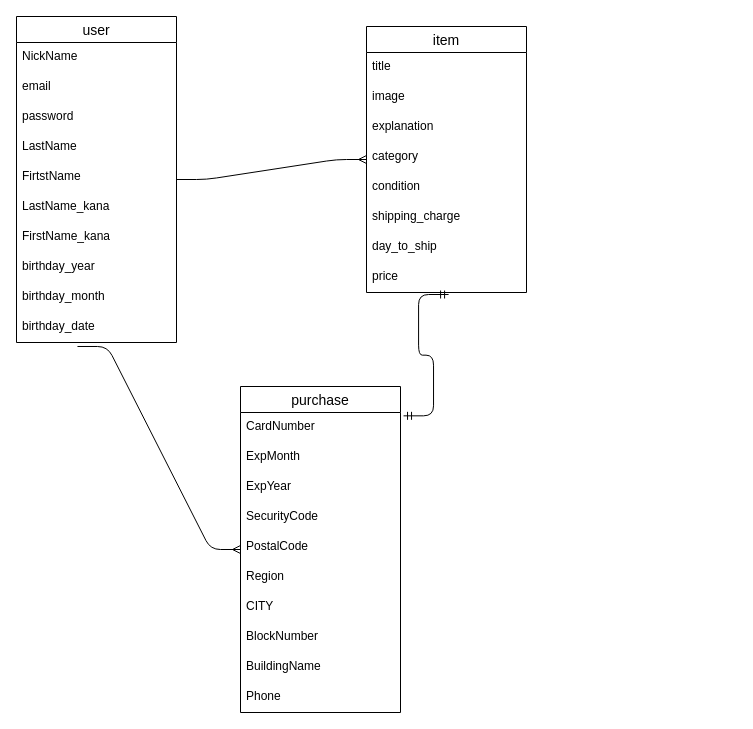
The draw.io diagram page "Page-1" (1 of 2) of ER.dio in ksuzuki1205/furima-31926, before the edit. Source tidied: cells renumbered, new cells numbered last; positions are measured from the earlier drawing's top-left corner, leaving out a move shared by most shapes. Both pictures are drawn from the tidied source at 100%, with x=0, y=0 at pixel (16, 16).
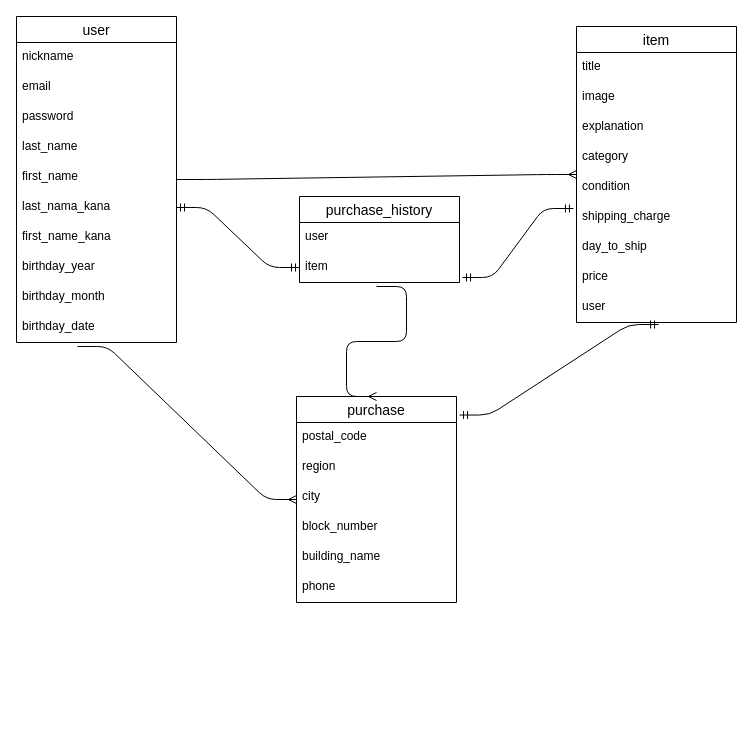
Above is the later version.

The change refers to these unchanged cells:
```xml
<mxCell id="2" value="user" style="swimlane;fontStyle=0;horizontal=1;startSize=26;align=center;fontSize=14;swimlaneFillColor=none;labelBorderColor=none;" parent="1" vertex="1">
  <mxGeometry width="160" height="326" as="geometry" />
</mxCell>
<mxCell id="19" value="shipping_charge" style="text;strokeColor=none;fillColor=none;spacingLeft=4;spacingRight=4;overflow=hidden;points=[[0,0.5],[1,0.5]];portConstraint=eastwest;fontSize=12;" parent="13" vertex="1">
  <mxGeometry y="176" width="160" height="30" as="geometry" />
</mxCell>
```

What changed in the source:
```diff
@@
-    <mxCell id="3" value="NickName" style="text;strokeColor=none;fillColor=none;spacingLeft=4;spacingRight=4;overflow=hidden;fontSize=12;" parent="2" vertex="1">
+    <mxCell id="3" value="nickname" style="text;strokeColor=none;fillColor=none;spacingLeft=4;spacingRight=4;overflow=hidden;fontSize=12;" parent="2" vertex="1">
       <mxGeometry y="26" width="160" height="30" as="geometry" />
     </mxCell>
@@
-    <mxCell id="6" value="LastName" style="text;strokeColor=none;fillColor=none;spacingLeft=4;spacingRight=4;overflow=hidden;fontSize=12;" parent="2" vertex="1">
+    <mxCell id="6" value="last_name" style="text;strokeColor=none;fillColor=none;spacingLeft=4;spacingRight=4;overflow=hidden;fontSize=12;" parent="2" vertex="1">
       <mxGeometry y="116" width="160" height="30" as="geometry" />
     </mxCell>
-    <mxCell id="7" value="FirtstName" style="text;strokeColor=none;fillColor=none;spacingLeft=4;spacingRight=4;overflow=hidden;fontSize=12;" parent="2" vertex="1">
+    <mxCell id="7" value="first_name" style="text;strokeColor=none;fillColor=none;spacingLeft=4;spacingRight=4;overflow=hidden;fontSize=12;" parent="2" vertex="1">
       <mxGeometry y="146" width="160" height="30" as="geometry" />
     </mxCell>
-    <mxCell id="8" value="LastName_kana" style="text;strokeColor=none;fillColor=none;spacingLeft=4;spacingRight=4;overflow=hidden;points=[[0,0.5],[1,0.5]];portConstraint=eastwest;fontSize=12;" parent="2" vertex="1">
+    <mxCell id="8" value="last_nama_kana" style="text;strokeColor=none;fillColor=none;spacingLeft=4;spacingRight=4;overflow=hidden;points=[[0,0.5],[1,0.5]];portConstraint=eastwest;fontSize=12;" parent="2" vertex="1">
       <mxGeometry y="176" width="160" height="30" as="geometry" />
     </mxCell>
-    <mxCell id="9" value="FirstName_kana" style="text;strokeColor=none;fillColor=none;spacingLeft=4;spacingRight=4;overflow=hidden;fontSize=12;" parent="2" vertex="1">
+    <mxCell id="9" value="first_name_kana" style="text;strokeColor=none;fillColor=none;spacingLeft=4;spacingRight=4;overflow=hidden;fontSize=12;" parent="2" vertex="1">
       <mxGeometry y="206" width="160" height="30" as="geometry" />
     </mxCell>
@@
     <mxCell id="13" value="item" style="swimlane;fontStyle=0;horizontal=1;startSize=26;align=center;fontSize=14;swimlaneFillColor=none;labelBorderColor=none;" parent="1" vertex="1">
-      <mxGeometry x="350" y="10" width="160" height="266" as="geometry" />
+      <mxGeometry x="560" y="10" width="160" height="296" as="geometry" />
     </mxCell>
@@
+    <mxCell id="36" value="price" style="text;strokeColor=none;fillColor=none;spacingLeft=4;spacingRight=4;overflow=hidden;fontSize=12;" parent="13" vertex="1">
+      <mxGeometry y="236" width="160" height="30" as="geometry" />
+    </mxCell>
-    <mxCell id="21" value="price" style="text;strokeColor=none;fillColor=none;spacingLeft=4;spacingRight=4;overflow=hidden;points=[[0,0.5],[1,0.5]];portConstraint=eastwest;fontSize=12;" parent="13" vertex="1">
-      <mxGeometry y="236" width="160" height="30" as="geometry" />
+    <mxCell id="21" value="user" style="text;strokeColor=none;fillColor=none;spacingLeft=4;spacingRight=4;overflow=hidden;points=[[0,0.5],[1,0.5]];portConstraint=eastwest;fontSize=12;" parent="13" vertex="1">
+      <mxGeometry y="266" width="160" height="30" as="geometry" />
     </mxCell>
@@
     <mxCell id="23" value="purchase" style="swimlane;fontStyle=0;horizontal=1;startSize=26;align=center;fontSize=14;swimlaneFillColor=none;labelBorderColor=none;" parent="1" vertex="1">
-      <mxGeometry x="224" y="370" width="160" height="326" as="geometry" />
+      <mxGeometry x="280" y="380" width="160" height="206" as="geometry" />
     </mxCell>
-    <mxCell id="24" value="CardNumber" style="text;strokeColor=none;fillColor=none;spacingLeft=4;spacingRight=4;overflow=hidden;fontSize=12;" parent="23" vertex="1">
-      <mxGeometry y="26" width="160" height="30" as="geometry" />
-    </mxCell>
-    <mxCell id="25" value="ExpMonth" style="text;strokeColor=none;fillColor=none;spacingLeft=4;spacingRight=4;overflow=hidden;fontSize=12;" parent="23" vertex="1">
-      <mxGeometry y="56" width="160" height="30" as="geometry" />
-    </mxCell>
-    <mxCell id="26" value="ExpYear" style="text;strokeColor=none;fillColor=none;spacingLeft=4;spacingRight=4;overflow=hidden;fontSize=12;" parent="23" vertex="1">
-      <mxGeometry y="86" width="160" height="30" as="geometry" />
-    </mxCell>
-    <mxCell id="27" value="SecurityCode" style="text;strokeColor=none;fillColor=none;spacingLeft=4;spacingRight=4;overflow=hidden;fontSize=12;" parent="23" vertex="1">
-      <mxGeometry y="116" width="160" height="30" as="geometry" />
-    </mxCell>
-    <mxCell id="28" value="PostalCode" style="text;strokeColor=none;fillColor=none;spacingLeft=4;spacingRight=4;overflow=hidden;fontSize=12;" parent="23" vertex="1">
-      <mxGeometry y="146" width="160" height="30" as="geometry" />
+    <mxCell id="28" value="postal_code" style="text;strokeColor=none;fillColor=none;spacingLeft=4;spacingRight=4;overflow=hidden;fontSize=12;" parent="23" vertex="1">
+      <mxGeometry y="26" width="160" height="30" as="geometry" />
     </mxCell>
-    <mxCell id="29" value="Region" style="text;strokeColor=none;fillColor=none;spacingLeft=4;spacingRight=4;overflow=hidden;fontSize=12;" parent="23" vertex="1">
-      <mxGeometry y="176" width="160" height="30" as="geometry" />
+    <mxCell id="29" value="region" style="text;strokeColor=none;fillColor=none;spacingLeft=4;spacingRight=4;overflow=hidden;fontSize=12;" parent="23" vertex="1">
+      <mxGeometry y="56" width="160" height="30" as="geometry" />
     </mxCell>
-    <mxCell id="30" value="CITY" style="text;strokeColor=none;fillColor=none;spacingLeft=4;spacingRight=4;overflow=hidden;fontSize=12;" parent="23" vertex="1">
-      <mxGeometry y="206" width="160" height="30" as="geometry" />
+    <mxCell id="30" value="city" style="text;strokeColor=none;fillColor=none;spacingLeft=4;spacingRight=4;overflow=hidden;fontSize=12;" parent="23" vertex="1">
+      <mxGeometry y="86" width="160" height="30" as="geometry" />
     </mxCell>
-    <mxCell id="31" value="BlockNumber" style="text;strokeColor=none;fillColor=none;spacingLeft=4;spacingRight=4;overflow=hidden;fontSize=12;" parent="23" vertex="1">
-      <mxGeometry y="236" width="160" height="30" as="geometry" />
+    <mxCell id="31" value="block_number" style="text;strokeColor=none;fillColor=none;spacingLeft=4;spacingRight=4;overflow=hidden;fontSize=12;" parent="23" vertex="1">
+      <mxGeometry y="116" width="160" height="30" as="geometry" />
     </mxCell>
-    <mxCell id="32" value="BuildingName" style="text;strokeColor=none;fillColor=none;spacingLeft=4;spacingRight=4;overflow=hidden;fontSize=12;" parent="23" vertex="1">
-      <mxGeometry y="266" width="160" height="30" as="geometry" />
+    <mxCell id="32" value="building_name" style="text;strokeColor=none;fillColor=none;spacingLeft=4;spacingRight=4;overflow=hidden;fontSize=12;" parent="23" vertex="1">
+      <mxGeometry y="146" width="160" height="30" as="geometry" />
     </mxCell>
-    <mxCell id="33" value="Phone" style="text;strokeColor=none;fillColor=none;spacingLeft=4;spacingRight=4;overflow=hidden;fontSize=12;" parent="23" vertex="1">
-      <mxGeometry y="296" width="160" height="30" as="geometry" />
+    <mxCell id="33" value="phone" style="text;strokeColor=none;fillColor=none;spacingLeft=4;spacingRight=4;overflow=hidden;fontSize=12;" parent="23" vertex="1">
+      <mxGeometry y="176" width="160" height="30" as="geometry" />
     </mxCell>
@@
+    <mxCell id="37" value="purchase_history" style="swimlane;fontStyle=0;horizontal=1;startSize=26;align=center;fontSize=14;swimlaneFillColor=none;labelBorderColor=none;" parent="1" vertex="1">
+      <mxGeometry x="283" y="180" width="160" height="86" as="geometry" />
+    </mxCell>
+    <mxCell id="38" value="user" style="text;strokeColor=none;fillColor=none;spacingLeft=4;spacingRight=4;overflow=hidden;fontSize=12;" parent="37" vertex="1">
+      <mxGeometry y="26" width="160" height="30" as="geometry" />
+    </mxCell>
+    <mxCell id="39" value="item" style="text;strokeColor=none;fillColor=none;spacingLeft=4;spacingRight=4;overflow=hidden;points=[[0,0.5],[1,0.5]];portConstraint=eastwest;fontSize=12;" parent="37" vertex="1">
+      <mxGeometry y="56" width="160" height="30" as="geometry" />
+    </mxCell>
+    <mxCell id="40" style="edgeStyle=entityRelationEdgeStyle;fontSize=12;html=1;endArrow=ERmandOne;startArrow=ERmandOne;entryX=-0.019;entryY=0.2;entryDx=0;entryDy=0;exitX=1.019;exitY=0.833;exitDx=0;exitDy=0;exitPerimeter=0;entryPerimeter=0;" parent="1" edge="1" source="39" target="19">
+      <mxGeometry relative="1" as="geometry" />
+    </mxCell>
+    <mxCell id="41" style="edgeStyle=entityRelationEdgeStyle;fontSize=12;html=1;endArrow=ERmandOne;startArrow=ERmandOne;entryX=0;entryY=0.5;entryDx=0;entryDy=0;exitX=1;exitY=0.5;exitDx=0;exitDy=0;" parent="1" edge="1" source="8" target="39">
+      <mxGeometry relative="1" as="geometry" />
+    </mxCell>
+    <mxCell id="42" style="edgeStyle=entityRelationEdgeStyle;fontSize=12;html=1;endArrow=ERmany;" parent="1" edge="1">
+      <mxGeometry relative="1" as="geometry">
+        <mxPoint x="360" y="270" as="sourcePoint" />
+        <mxPoint x="360" y="380" as="targetPoint" />
+      </mxGeometry>
+    </mxCell>
```
